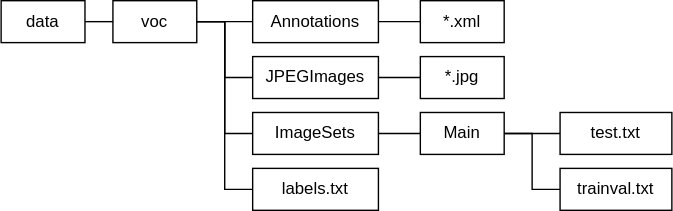
Before: Python/connect_surveillance_camera/mobilenet-ssd_train/folder_struct.drawio.svg, a diagram exported from draw.io (kinoshita-hidetoshi/Programing-Items). Source tidied: cells renumbered, new cells last; positions are measured from the earlier drawing's top-left corner, leaving out a move shared by most shapes. Its diagram source:
```xml
<mxGraphModel>
  <root>
    <mxCell id="0" />
    <mxCell id="1" parent="0" />
    <mxCell id="2" style="edgeStyle=none;html=1;exitX=1;exitY=0.5;exitDx=0;exitDy=0;entryX=0;entryY=0.5;entryDx=0;entryDy=0;endArrow=none;endFill=0;" parent="1" edge="1" source="3" target="5">
      <mxGeometry relative="1" as="geometry" />
    </mxCell>
    <mxCell id="3" value="data" style="text;html=1;align=center;verticalAlign=middle;whiteSpace=wrap;rounded=0;strokeColor=default;" parent="1" vertex="1">
      <mxGeometry width="60" height="30" as="geometry" />
    </mxCell>
    <mxCell id="4" style="edgeStyle=elbowEdgeStyle;rounded=0;html=1;exitX=1;exitY=0.5;exitDx=0;exitDy=0;entryX=0;entryY=0.5;entryDx=0;entryDy=0;endArrow=none;endFill=0;" parent="1" edge="1" source="5" target="7">
      <mxGeometry relative="1" as="geometry" />
    </mxCell>
    <mxCell id="5" value="voc" style="text;html=1;strokeColor=default;fillColor=none;align=center;verticalAlign=middle;whiteSpace=wrap;rounded=0;" parent="1" vertex="1">
      <mxGeometry x="80" width="60" height="30" as="geometry" />
    </mxCell>
    <mxCell id="6" style="edgeStyle=elbowEdgeStyle;rounded=0;html=1;exitX=1;exitY=0.5;exitDx=0;exitDy=0;entryX=0;entryY=0.5;entryDx=0;entryDy=0;endArrow=none;endFill=0;" parent="1" edge="1" source="7" target="19">
      <mxGeometry relative="1" as="geometry" />
    </mxCell>
    <mxCell id="7" value="Annotations" style="text;html=1;strokeColor=default;fillColor=none;align=center;verticalAlign=middle;whiteSpace=wrap;rounded=0;" parent="1" vertex="1">
      <mxGeometry x="180" width="90" height="30" as="geometry" />
    </mxCell>
    <mxCell id="8" style="edgeStyle=none;html=1;exitX=1;exitY=0.5;exitDx=0;exitDy=0;entryX=0;entryY=0.5;entryDx=0;entryDy=0;endArrow=none;endFill=0;" parent="1" edge="1" source="10" target="12">
      <mxGeometry relative="1" as="geometry" />
    </mxCell>
    <mxCell id="9" style="edgeStyle=elbowEdgeStyle;rounded=0;html=1;exitX=0;exitY=0.5;exitDx=0;exitDy=0;entryX=1;entryY=0.5;entryDx=0;entryDy=0;endArrow=none;endFill=0;" parent="1" edge="1" source="10" target="5">
      <mxGeometry relative="1" as="geometry" />
    </mxCell>
    <mxCell id="10" value="ImageSets" style="text;html=1;strokeColor=default;fillColor=none;align=center;verticalAlign=middle;whiteSpace=wrap;rounded=0;" parent="1" vertex="1">
      <mxGeometry x="180" y="80" width="90" height="30" as="geometry" />
    </mxCell>
    <mxCell id="11" style="edgeStyle=none;html=1;exitX=1;exitY=0.5;exitDx=0;exitDy=0;entryX=0;entryY=0.5;entryDx=0;entryDy=0;endArrow=none;endFill=0;" parent="1" edge="1" source="12" target="13">
      <mxGeometry relative="1" as="geometry" />
    </mxCell>
    <mxCell id="12" value="Main" style="text;html=1;strokeColor=default;fillColor=none;align=center;verticalAlign=middle;whiteSpace=wrap;rounded=0;" parent="1" vertex="1">
      <mxGeometry x="300" y="80" width="60" height="30" as="geometry" />
    </mxCell>
    <mxCell id="13" value="test.txt" style="text;html=1;strokeColor=default;fillColor=none;align=center;verticalAlign=middle;whiteSpace=wrap;rounded=0;" parent="1" vertex="1">
      <mxGeometry x="400" y="80" width="80" height="30" as="geometry" />
    </mxCell>
    <mxCell id="14" style="edgeStyle=elbowEdgeStyle;html=1;exitX=0;exitY=0.5;exitDx=0;exitDy=0;entryX=1;entryY=0.5;entryDx=0;entryDy=0;endArrow=none;endFill=0;rounded=0;" parent="1" edge="1" source="15" target="12">
      <mxGeometry relative="1" as="geometry" />
    </mxCell>
    <mxCell id="15" value="trainval.txt" style="text;html=1;strokeColor=default;fillColor=none;align=center;verticalAlign=middle;whiteSpace=wrap;rounded=0;" parent="1" vertex="1">
      <mxGeometry x="400" y="120" width="80" height="30" as="geometry" />
    </mxCell>
    <mxCell id="16" style="edgeStyle=elbowEdgeStyle;rounded=0;html=1;exitX=0;exitY=0.5;exitDx=0;exitDy=0;entryX=1;entryY=0.5;entryDx=0;entryDy=0;endArrow=none;endFill=0;" parent="1" edge="1" source="18" target="5">
      <mxGeometry relative="1" as="geometry" />
    </mxCell>
    <mxCell id="17" style="edgeStyle=elbowEdgeStyle;rounded=0;html=1;exitX=1;exitY=0.5;exitDx=0;exitDy=0;entryX=0;entryY=0.5;entryDx=0;entryDy=0;endArrow=none;endFill=0;" parent="1" edge="1" source="18" target="20">
      <mxGeometry relative="1" as="geometry" />
    </mxCell>
    <mxCell id="18" value="JPEGImages" style="text;html=1;strokeColor=default;fillColor=none;align=center;verticalAlign=middle;whiteSpace=wrap;rounded=0;" parent="1" vertex="1">
      <mxGeometry x="180" y="40" width="90" height="30" as="geometry" />
    </mxCell>
    <mxCell id="19" value="*.xml" style="text;html=1;strokeColor=default;fillColor=none;align=center;verticalAlign=middle;whiteSpace=wrap;rounded=0;" parent="1" vertex="1">
      <mxGeometry x="300" width="60" height="30" as="geometry" />
    </mxCell>
    <mxCell id="20" value="*.jpg" style="text;html=1;strokeColor=default;fillColor=none;align=center;verticalAlign=middle;whiteSpace=wrap;rounded=0;" parent="1" vertex="1">
      <mxGeometry x="300" y="40" width="60" height="30" as="geometry" />
    </mxCell>
    <mxCell id="21" style="edgeStyle=elbowEdgeStyle;html=1;exitX=0;exitY=0.5;exitDx=0;exitDy=0;entryX=1;entryY=0.5;entryDx=0;entryDy=0;endArrow=none;endFill=0;rounded=0;" parent="1" edge="1" source="22" target="5">
      <mxGeometry relative="1" as="geometry" />
    </mxCell>
    <mxCell id="22" value="labels.txt" style="text;html=1;strokeColor=default;fillColor=none;align=center;verticalAlign=middle;whiteSpace=wrap;rounded=0;" parent="1" vertex="1">
      <mxGeometry x="180" y="120" width="90" height="30" as="geometry" />
    </mxCell>
  </root>
</mxGraphModel>
```
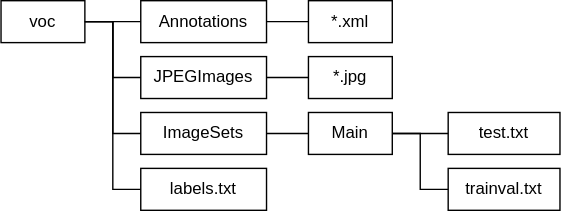
After the change.

Change to the diagram source:
```diff
@@ -2,12 +2,6 @@
   <root>
     <mxCell id="0" />
     <mxCell id="1" parent="0" />
-    <mxCell id="2" style="edgeStyle=none;html=1;exitX=1;exitY=0.5;exitDx=0;exitDy=0;entryX=0;entryY=0.5;entryDx=0;entryDy=0;endArrow=none;endFill=0;" parent="1" edge="1" source="3" target="5">
-      <mxGeometry relative="1" as="geometry" />
-    </mxCell>
-    <mxCell id="3" value="data" style="text;html=1;align=center;verticalAlign=middle;whiteSpace=wrap;rounded=0;strokeColor=default;" parent="1" vertex="1">
-      <mxGeometry width="60" height="30" as="geometry" />
-    </mxCell>
     <mxCell id="4" style="edgeStyle=elbowEdgeStyle;rounded=0;html=1;exitX=1;exitY=0.5;exitDx=0;exitDy=0;entryX=0;entryY=0.5;entryDx=0;entryDy=0;endArrow=none;endFill=0;" parent="1" edge="1" source="5" target="7">
       <mxGeometry relative="1" as="geometry" />
     </mxCell>
```
